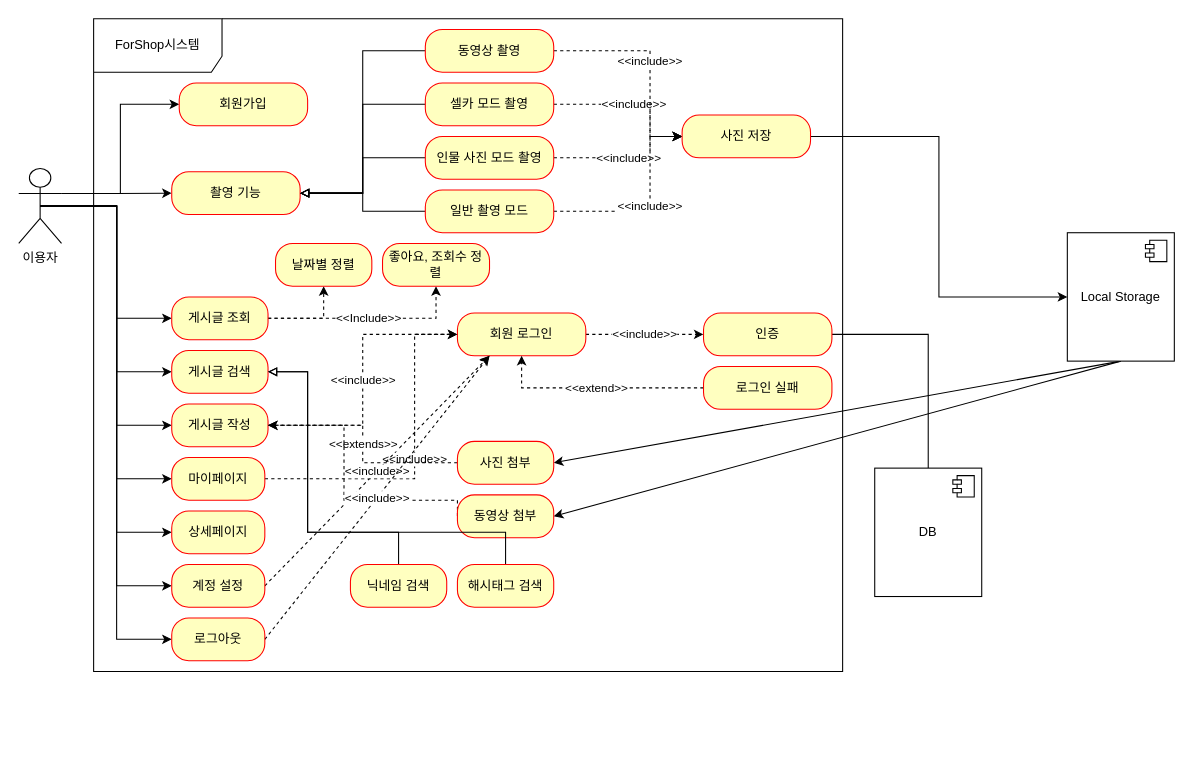
Above: document/ForShop유즈케이스.drawio in TaeHoonHer/ForShop_Capstone-Design (draw.io), before the change. Source tidied: cells renumbered, new cells numbered last; positions are measured from the earlier drawing's top-left corner, leaving out a move shared by most shapes. Both pictures are drawn from the tidied source at 107%, with x=0, y=0 at pixel (18, 18).
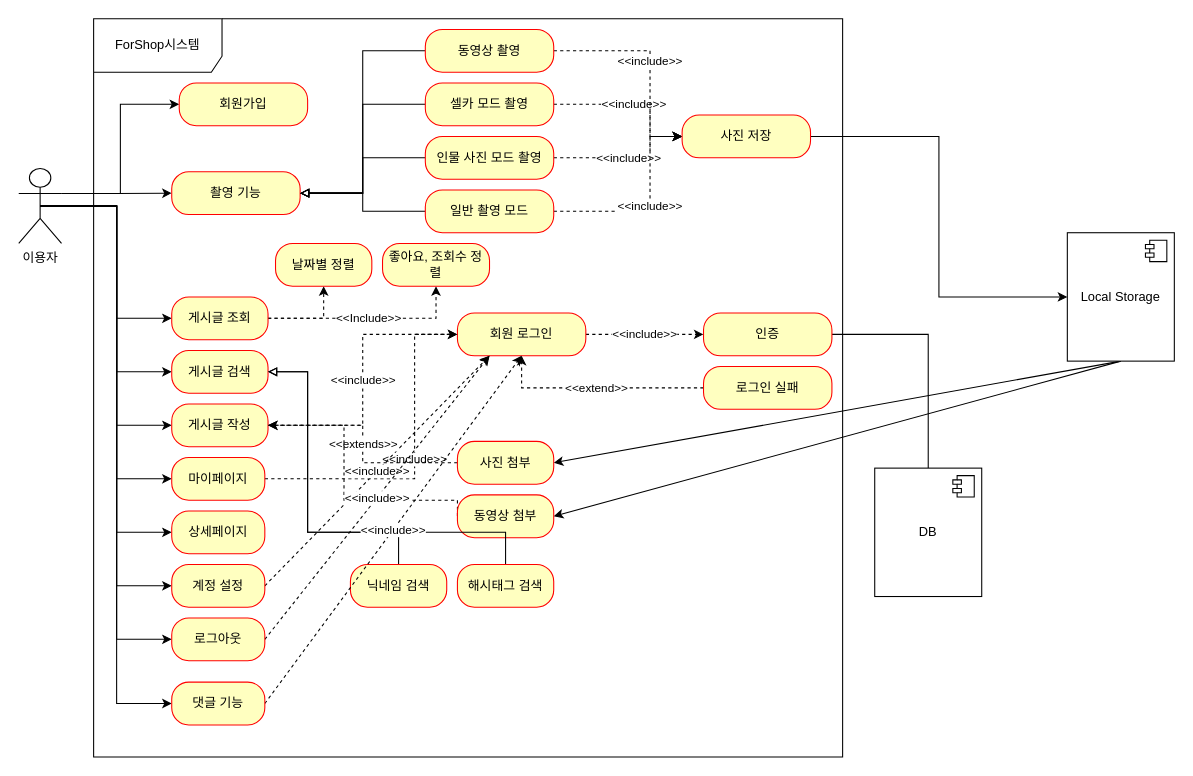
Above is the later version.

Commit message:
ForShop유즈케이스.drawio 업데이트

The change refers to these unchanged cells:
```xml
<mxCell id="12" value="이용자" style="shape=umlActor;verticalLabelPosition=bottom;verticalAlign=top;html=1;" parent="1" vertex="1">
  <mxGeometry y="140" width="40" height="70" as="geometry" />
</mxCell>
<mxCell id="15" value="회원 로그인" style="rounded=1;whiteSpace=wrap;html=1;arcSize=40;fontColor=#000000;fillColor=#ffffc0;strokeColor=#ff0000;" parent="1" vertex="1">
  <mxGeometry x="410" y="275" width="120" height="40" as="geometry" />
</mxCell>
```

Change to the diagram source:
```diff
@@
     <mxCell id="2" value="ForShop시스템" style="shape=umlFrame;whiteSpace=wrap;html=1;width=120;height=50;" parent="1" vertex="1">
-      <mxGeometry x="70" width="700" height="610" as="geometry" />
+      <mxGeometry x="70" width="700" height="690" as="geometry" />
     </mxCell>
@@
+    <mxCell id="64" style="edgeStyle=orthogonalEdgeStyle;rounded=0;jettySize=auto;html=1;exitX=0.5;exitY=0.5;exitDx=0;exitDy=0;exitPerimeter=0;entryX=0;entryY=0.5;entryDx=0;entryDy=0;" parent="1" edge="1" source="12" target="66">
+      <mxGeometry relative="1" as="geometry" />
+    </mxCell>
@@
+    <mxCell id="65" value="&amp;lt;&amp;lt;include&amp;gt;&amp;gt;" style="rounded=0;jettySize=auto;html=1;exitX=1;exitY=0.5;exitDx=0;exitDy=0;entryX=0.5;entryY=1;entryDx=0;entryDy=0;dashed=1;" parent="1" edge="1" source="66" target="15">
+      <mxGeometry relative="1" as="geometry" />
+    </mxCell>
+    <mxCell id="66" value="댓글 기능" style="rounded=1;whiteSpace=wrap;html=1;arcSize=40;fontColor=#000000;fillColor=#ffffc0;strokeColor=#ff0000;" parent="1" vertex="1">
+      <mxGeometry x="143" y="620" width="87" height="40" as="geometry" />
+    </mxCell>
```
